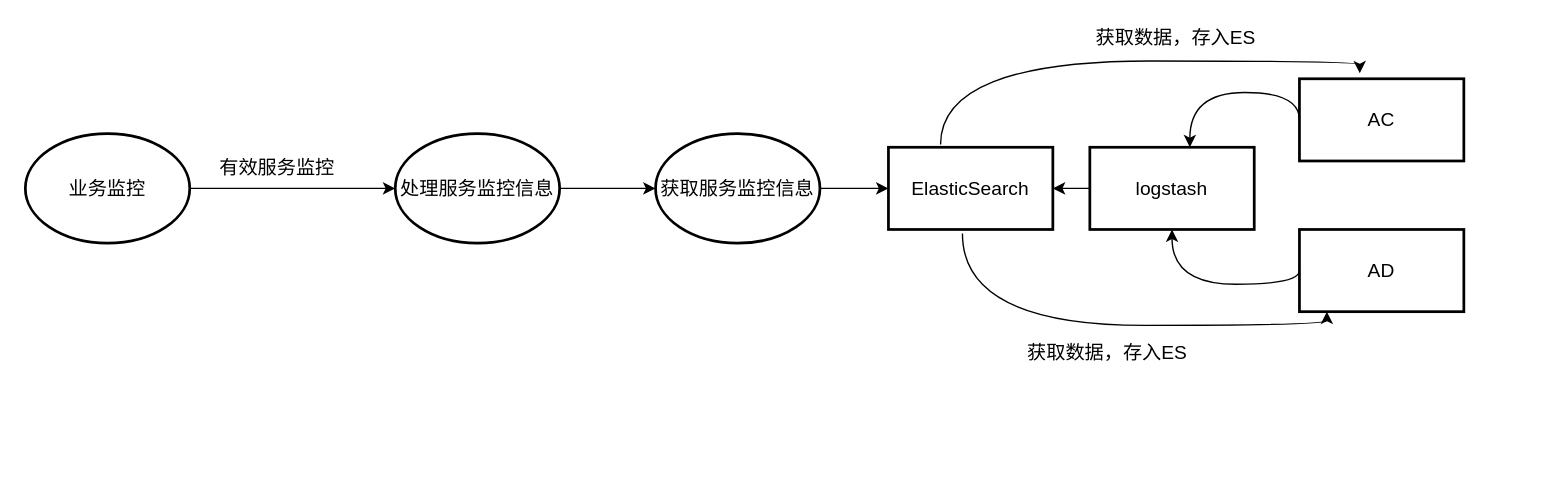
Above: page "数据流图" (1 of 9) of img/事务.drawio in helemile/helemile (draw.io), before the change. Source tidied: cells renumbered, new cells numbered last; positions are measured from the earlier drawing's top-left corner, leaving out a move shared by most shapes. Both pictures are drawn from the tidied source at 137%, with x=0, y=0 at pixel (25, 23).
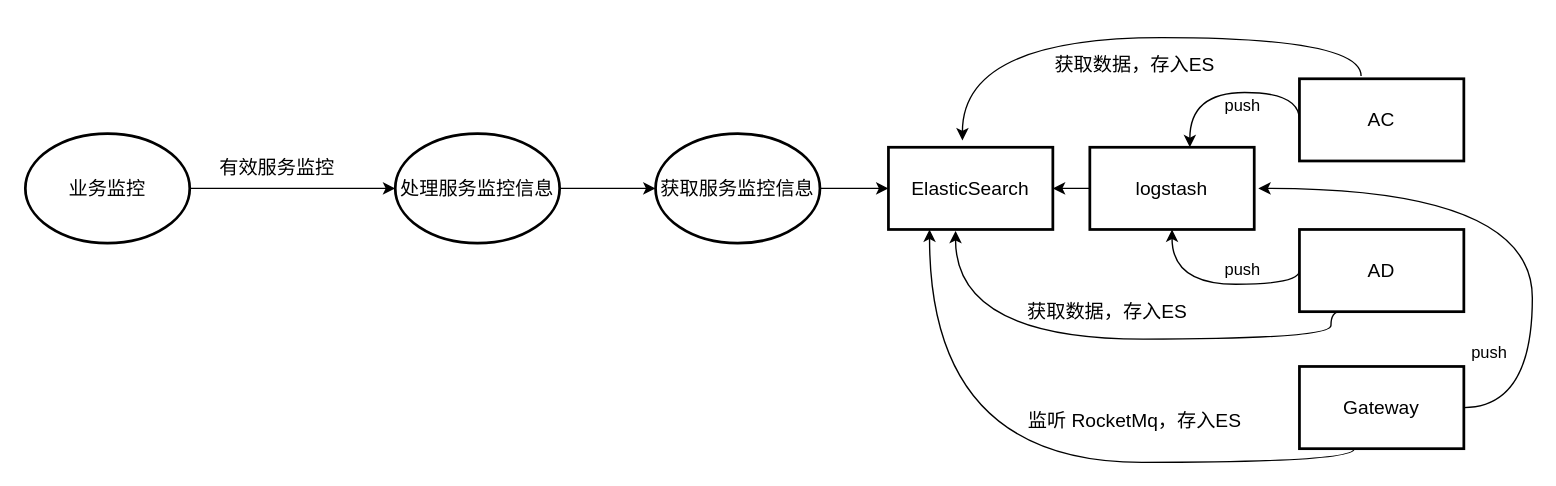
Above is the later version.

The change refers to these unchanged cells:
```xml
<mxCell id="13" value="AC" style="rounded=0;whiteSpace=wrap;html=1;strokeWidth=2;fontSize=14;" parent="1" vertex="1">
  <mxGeometry x="930" y="40" width="120" height="60" as="geometry" />
</mxCell>
<mxCell id="14" value="AD" style="rounded=0;whiteSpace=wrap;html=1;strokeWidth=2;fontSize=14;" parent="1" vertex="1">
  <mxGeometry x="930" y="150" width="120" height="60" as="geometry" />
</mxCell>
<mxCell id="15" value="ElasticSearch" style="rounded=0;whiteSpace=wrap;html=1;strokeWidth=2;fontSize=14;" parent="1" vertex="1">
  <mxGeometry x="630" y="90" width="120" height="60" as="geometry" />
</mxCell>
```

What changed in the source:
```diff
@@
-    <mxCell id="16" style="edgeStyle=orthogonalEdgeStyle;curved=1;rounded=0;jettySize=auto;html=1;fontSize=14;exitX=0.45;exitY=1.05;exitDx=0;exitDy=0;entryX=0.167;entryY=1;entryDx=0;entryDy=0;exitPerimeter=0;entryPerimeter=0;" parent="1" edge="1" source="15" target="14">
-      <mxGeometry relative="1" as="geometry">
-        <Array as="points">
-          <mxPoint x="684" y="220" />
-          <mxPoint x="950" y="220" />
-        </Array>
-      </mxGeometry>
-    </mxCell>
-    <mxCell id="17" style="edgeStyle=orthogonalEdgeStyle;curved=1;rounded=0;jettySize=auto;html=1;fontSize=14;exitX=0.317;exitY=-0.033;exitDx=0;exitDy=0;exitPerimeter=0;entryX=0.367;entryY=-0.067;entryDx=0;entryDy=0;entryPerimeter=0;" parent="1" edge="1" source="15" target="13">
-      <mxGeometry relative="1" as="geometry">
-        <Array as="points">
-          <mxPoint x="668" y="27" />
-          <mxPoint x="974" y="27" />
-        </Array>
-      </mxGeometry>
-    </mxCell>
     <mxCell id="18" value="获取数据，存入ES" style="text;html=1;strokeColor=none;fillColor=none;align=center;verticalAlign=middle;whiteSpace=wrap;rounded=0;fontSize=14;" parent="1" vertex="1">
-      <mxGeometry x="780" width="120" height="20" as="geometry" />
+      <mxGeometry x="750" y="20" width="120" height="20" as="geometry" />
     </mxCell>
     <mxCell id="19" value="获取数据，存入ES" style="text;html=1;strokeColor=none;fillColor=none;align=center;verticalAlign=middle;whiteSpace=wrap;rounded=0;fontSize=14;" parent="1" vertex="1">
-      <mxGeometry x="730" y="230" width="120" height="20" as="geometry" />
+      <mxGeometry x="730" y="200" width="120" height="20" as="geometry" />
     </mxCell>
+    <mxCell id="20" value="Gateway" style="rounded=0;whiteSpace=wrap;html=1;strokeWidth=2;fontSize=14;" parent="1" vertex="1">
+      <mxGeometry x="930" y="250" width="120" height="60" as="geometry" />
+    </mxCell>
+    <mxCell id="21" style="endArrow=classic;html=1;entryX=0.45;entryY=-0.083;entryDx=0;entryDy=0;entryPerimeter=0;exitX=0.375;exitY=-0.033;exitDx=0;exitDy=0;exitPerimeter=0;edgeStyle=orthogonalEdgeStyle;curved=1;" parent="1" edge="1" source="13" target="15">
+      <mxGeometry relative="1" as="geometry">
+        <Array as="points">
+          <mxPoint x="975" y="10" />
+          <mxPoint x="684" y="10" />
+        </Array>
+      </mxGeometry>
+    </mxCell>
+    <mxCell id="22" style="endArrow=classic;html=1;entryX=0.408;entryY=1.017;entryDx=0;entryDy=0;entryPerimeter=0;edgeStyle=orthogonalEdgeStyle;curved=1;exitX=0.25;exitY=1;exitDx=0;exitDy=0;exitPerimeter=0;" parent="1" edge="1" source="14" target="15">
+      <mxGeometry relative="1" as="geometry">
+        <Array as="points">
+          <mxPoint x="953" y="210" />
+          <mxPoint x="953" y="230" />
+          <mxPoint x="679" y="230" />
+        </Array>
+      </mxGeometry>
+    </mxCell>
+    <mxCell id="23" style="endArrow=classic;html=1;edgeStyle=orthogonalEdgeStyle;curved=1;entryX=0.25;entryY=1;entryDx=0;entryDy=0;" parent="1" edge="1" target="15">
+      <mxGeometry relative="1" as="geometry">
+        <mxPoint x="970" y="310" as="sourcePoint" />
+        <Array as="points">
+          <mxPoint x="970" y="320" />
+          <mxPoint x="660" y="320" />
+        </Array>
+      </mxGeometry>
+    </mxCell>
+    <mxCell id="24" value="监听 RocketMq，存入ES" style="text;html=1;strokeColor=none;fillColor=none;align=center;verticalAlign=middle;whiteSpace=wrap;rounded=0;fontSize=14;" parent="1" vertex="1">
+      <mxGeometry x="730" y="280" width="160" height="20" as="geometry" />
+    </mxCell>
+    <mxCell id="25" style="endArrow=classic;html=1;exitX=1;exitY=0.5;exitDx=0;exitDy=0;edgeStyle=orthogonalEdgeStyle;curved=1;" parent="1" edge="1" source="20">
+      <mxGeometry relative="1" as="geometry">
+        <mxPoint x="900" y="120" as="targetPoint" />
+        <Array as="points">
+          <mxPoint x="1100" y="280" />
+          <mxPoint x="1100" y="120" />
+        </Array>
+      </mxGeometry>
+    </mxCell>
+    <mxCell id="26" value="push&amp;nbsp;" style="text;html=1;align=center;verticalAlign=middle;strokeColor=none;" parent="1" vertex="1">
+      <mxGeometry x="870" y="50" width="40" height="20" as="geometry" />
+    </mxCell>
+    <mxCell id="27" value="push&amp;nbsp;" style="text;html=1;align=center;verticalAlign=middle;strokeColor=none;" parent="1" vertex="1">
+      <mxGeometry x="1050" y="230" width="40" height="20" as="geometry" />
+    </mxCell>
+    <mxCell id="28" value="push&amp;nbsp;" style="text;html=1;align=center;verticalAlign=middle;strokeColor=none;" parent="1" vertex="1">
+      <mxGeometry x="870" y="170" width="40" height="20" as="geometry" />
+    </mxCell>
```
